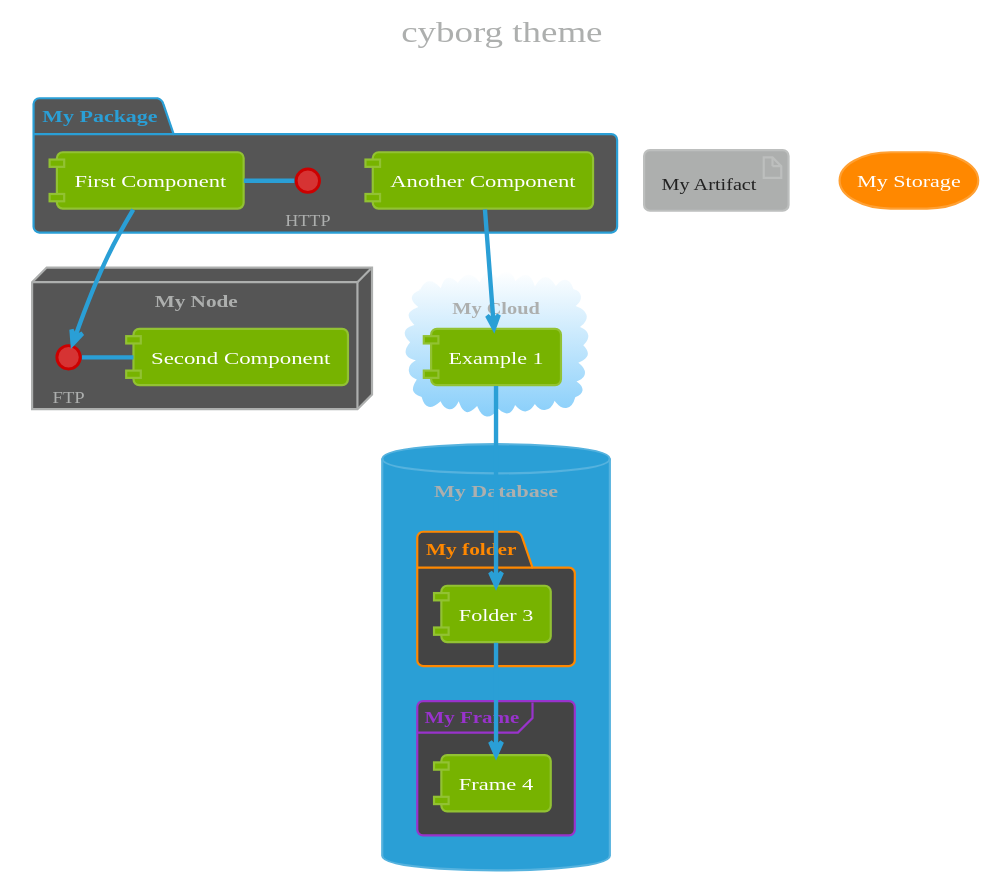
Earlier version of the PlantUML export themes/cyborg/component-ex.svg (bschwarz/puml-themes).
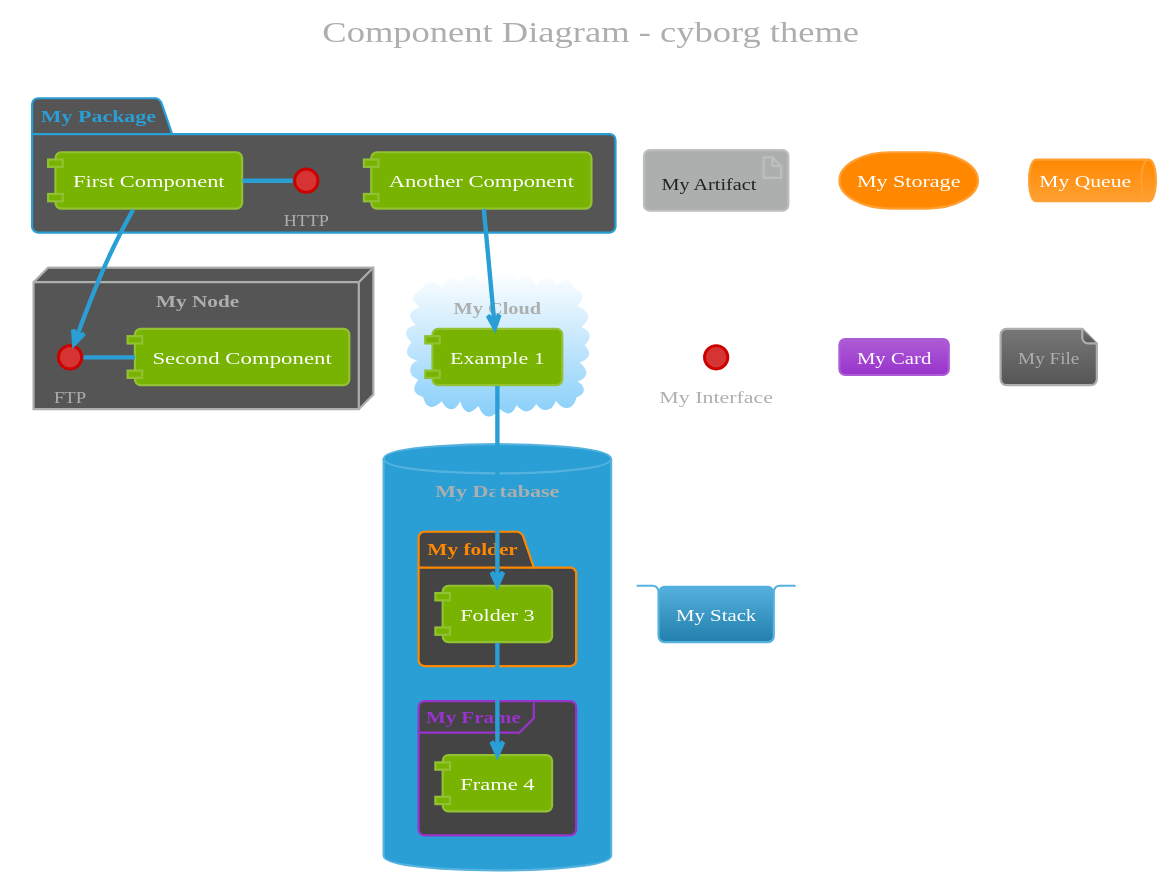
The same file after the commit.

The edit, as a diff of the source:
```diff
@@ -105,7 +105,7 @@
 
 skinparam agent {
 	BackgroundColor $WARNINIG
-	BorderColor $WARNING_LIGHT
+	BorderColor #CC6D00
 	FontColor #ADAFAE
 }
 
@@ -230,7 +230,31 @@
 	AttributeFontSize 11
 }
 
-title cyborg theme
+skinparam queue {
+	BackgroundColor #FF8800-#FFA033
+  	BorderColor #FFA033
+	FontColor #FFF
+}
+
+skinparam card {
+	BackgroundColor #AD5CD6-#9933CC
+	BorderColor #AD5CD6
+	FontColor #FFF
+}
+
+skinparam file {
+	BackgroundColor #777777-#555
+	BorderColor #ADAFAE
+	FontColor #ADAFAE
+}
+
+skinparam stack {
+	BackgroundColor #55B2DE-#227FAB
+	BorderColor #55B2DE
+	FontColor #FFF
+}
+
+title Component Diagram - cyborg theme
 
 skinparam BackgroundColor transparent
 
@@ -260,6 +284,11 @@
 
 artifact "My Artifact"
 storage "My Storage"
+queue "My Queue"
+interface "My Interface"
+card "My Card"
+file "My File"
+stack "My Stack"
 
 [Another Component] --> [Example 1]
 [Example 1] --> [Folder 3]
```
